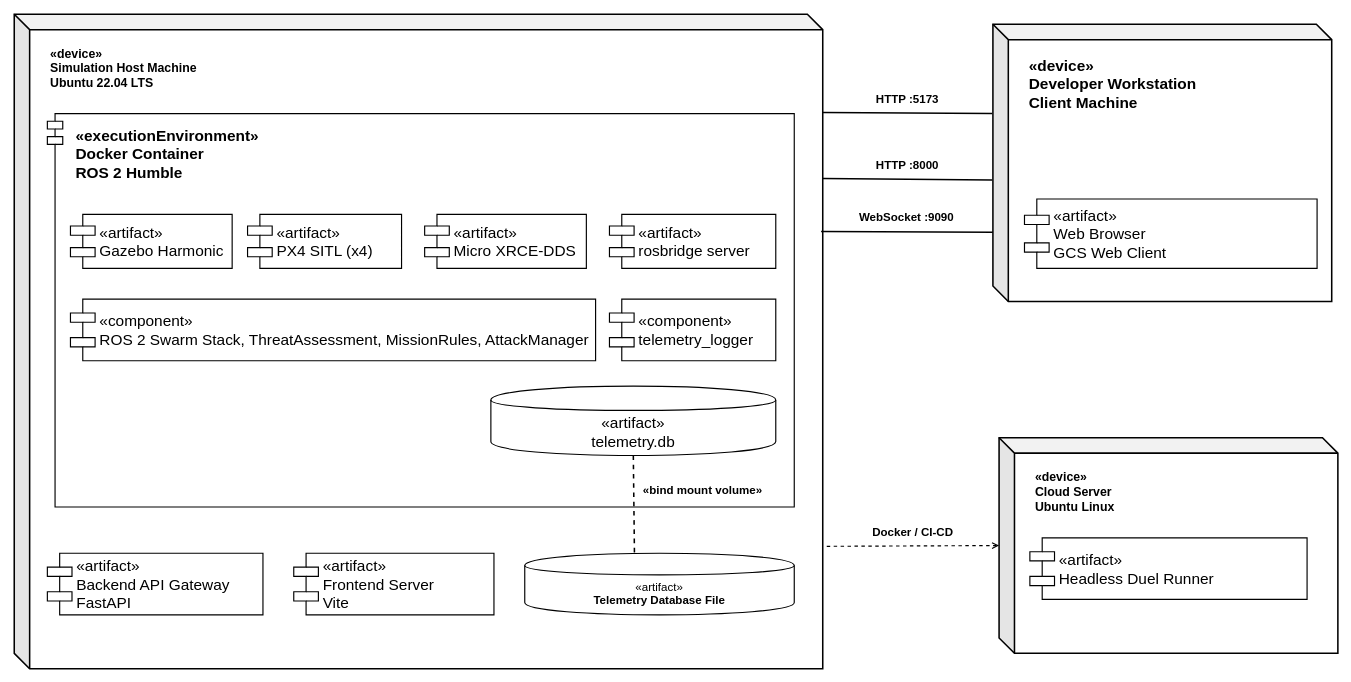
This is 04_deployment_diagram.drawio from syedmohammad611/diagrams, a draw.io file, before an edit. Source tidied: cells renumbered, new cells numbered last; positions are measured from the earlier drawing's top-left corner, leaving out a move shared by most shapes. Both pictures are drawn from the tidied source at 77%, with x=0, y=0 at pixel (14, 14).
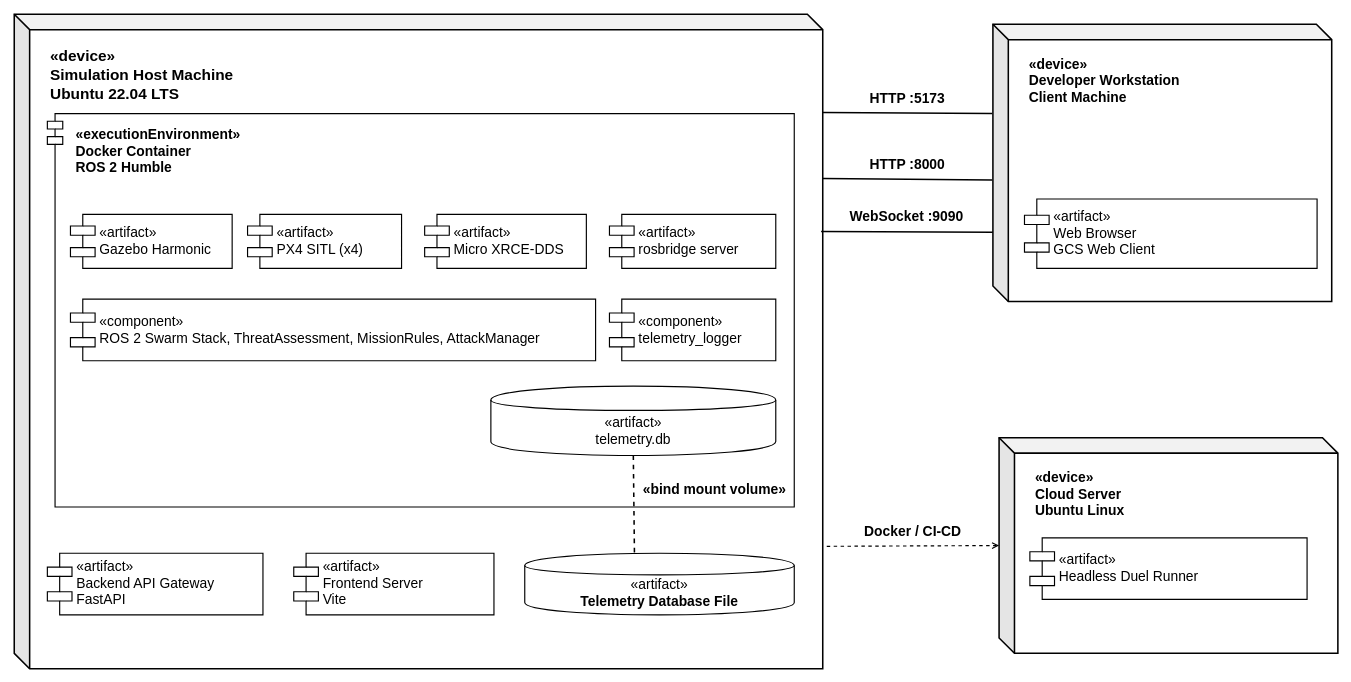
After the change.

Change to the diagram source:
```diff
@@
-    <mxCell id="2" value="«device»&lt;br&gt;&lt;b&gt;Simulation Host Machine&lt;/b&gt;&lt;br&gt;Ubuntu 22.04 LTS" style="shape=cube;whiteSpace=wrap;html=1;boundedLbl=1;backgroundOutline=1;darkOpacity=0.05;darkOpacity2=0.1;size=20;fillColor=none;strokeColor=#000000;strokeWidth=2;align=left;spacingLeft=25;verticalAlign=top;spacingTop=15;fontSize=16;fontFamily=Helvetica;fontColor=#000000;fontStyle=1;" parent="1" vertex="1">
+    <mxCell id="2" value="&lt;font style=&quot;font-size: 20px;&quot;&gt;«device»&lt;br&gt;&lt;b style=&quot;&quot;&gt;Simulation Host Machine&lt;/b&gt;&lt;br&gt;Ubuntu 22.04 LTS&lt;/font&gt;" style="shape=cube;whiteSpace=wrap;html=1;boundedLbl=1;backgroundOutline=1;darkOpacity=0.05;darkOpacity2=0.1;size=20;fillColor=none;strokeColor=#000000;strokeWidth=2;align=left;spacingLeft=25;verticalAlign=top;spacingTop=15;fontSize=18;fontFamily=Helvetica;fontColor=#000000;fontStyle=1;" parent="1" vertex="1">
       <mxGeometry width="1050" height="850" as="geometry" />
     </mxCell>
-    <mxCell id="3" value="&lt;font style=&quot;font-size: 20px;&quot;&gt;«executionEnvironment»&lt;br&gt;&lt;b&gt;Docker Container&lt;/b&gt;&lt;br&gt;ROS 2 Humble&lt;/font&gt;" style="shape=module;align=left;spacingLeft=35;html=1;whiteSpace=wrap;fillColor=none;strokeColor=#000000;strokeWidth=1.5;verticalAlign=top;spacingTop=10;fontSize=16;fontFamily=Helvetica;fontColor=#000000;fontStyle=1;" parent="1" vertex="1">
+    <mxCell id="3" value="&lt;font&gt;«executionEnvironment»&lt;br&gt;&lt;b&gt;Docker Container&lt;/b&gt;&lt;br&gt;ROS 2 Humble&lt;/font&gt;" style="shape=module;align=left;spacingLeft=35;html=1;whiteSpace=wrap;fillColor=none;strokeColor=#000000;strokeWidth=1.5;verticalAlign=top;spacingTop=10;fontSize=18;fontFamily=Helvetica;fontColor=#000000;fontStyle=1;" parent="1" vertex="1">
       <mxGeometry x="43" y="129" width="970" height="511" as="geometry" />
     </mxCell>
-    <mxCell id="4" value="&lt;font style=&quot;font-size: 20px;&quot;&gt;«artifact»&lt;br&gt;Gazebo Harmonic&lt;/font&gt;" style="shape=component;align=left;spacingLeft=36;html=1;fillColor=none;strokeColor=#000000;strokeWidth=1.5;fontSize=15;fontFamily=Helvetica;fontColor=#000000;" parent="1" vertex="1">
+    <mxCell id="4" value="&lt;font&gt;«artifact»&lt;br&gt;Gazebo Harmonic&lt;/font&gt;" style="shape=component;align=left;spacingLeft=36;html=1;fillColor=none;strokeColor=#000000;strokeWidth=1.5;fontSize=18;fontFamily=Helvetica;fontColor=#000000;" parent="1" vertex="1">
       <mxGeometry x="73" y="260" width="210" height="70" as="geometry" />
     </mxCell>
-    <mxCell id="5" value="&lt;font style=&quot;font-size: 20px;&quot;&gt;«artifact»&lt;br&gt;PX4 SITL (x4)&lt;/font&gt;" style="shape=component;align=left;spacingLeft=36;html=1;fillColor=none;strokeColor=#000000;strokeWidth=1.5;fontSize=15;fontFamily=Helvetica;fontColor=#000000;" parent="1" vertex="1">
+    <mxCell id="5" value="&lt;font&gt;«artifact»&lt;br&gt;PX4 SITL (x4)&lt;/font&gt;" style="shape=component;align=left;spacingLeft=36;html=1;fillColor=none;strokeColor=#000000;strokeWidth=1.5;fontSize=18;fontFamily=Helvetica;fontColor=#000000;" parent="1" vertex="1">
       <mxGeometry x="303" y="260" width="200" height="70" as="geometry" />
     </mxCell>
-    <mxCell id="6" value="&lt;font style=&quot;font-size: 20px;&quot;&gt;«artifact»&lt;br&gt;Micro XRCE-DDS&lt;/font&gt;" style="shape=component;align=left;spacingLeft=36;html=1;fillColor=none;strokeColor=#000000;strokeWidth=1.5;fontSize=15;fontFamily=Helvetica;fontColor=#000000;" parent="1" vertex="1">
+    <mxCell id="6" value="&lt;font&gt;«artifact»&lt;br&gt;Micro XRCE-DDS&lt;/font&gt;" style="shape=component;align=left;spacingLeft=36;html=1;fillColor=none;strokeColor=#000000;strokeWidth=1.5;fontSize=18;fontFamily=Helvetica;fontColor=#000000;" parent="1" vertex="1">
       <mxGeometry x="533" y="260" width="210" height="70" as="geometry" />
     </mxCell>
-    <mxCell id="7" value="&lt;font style=&quot;font-size: 20px;&quot;&gt;«artifact»&lt;br&gt;rosbridge server&lt;/font&gt;" style="shape=component;align=left;spacingLeft=36;html=1;fillColor=none;strokeColor=#000000;strokeWidth=1.5;fontSize=15;fontFamily=Helvetica;fontColor=#000000;" parent="1" vertex="1">
+    <mxCell id="7" value="&lt;font&gt;«artifact»&lt;br&gt;rosbridge server&lt;/font&gt;" style="shape=component;align=left;spacingLeft=36;html=1;fillColor=none;strokeColor=#000000;strokeWidth=1.5;fontSize=18;fontFamily=Helvetica;fontColor=#000000;" parent="1" vertex="1">
       <mxGeometry x="773" y="260" width="216" height="70" as="geometry" />
     </mxCell>
-    <mxCell id="8" value="&lt;font style=&quot;font-size: 20px;&quot;&gt;«component»&lt;br&gt;ROS 2 Swarm Stack, ThreatAssessment, MissionRules, AttackManager&lt;/font&gt;" style="shape=component;align=left;spacingLeft=36;html=1;fillColor=none;strokeColor=#000000;strokeWidth=1.5;fontSize=15;fontFamily=Helvetica;fontColor=#000000;" parent="1" vertex="1">
+    <mxCell id="8" value="&lt;font&gt;«component»&lt;br&gt;ROS 2 Swarm Stack, ThreatAssessment, MissionRules, AttackManager&lt;/font&gt;" style="shape=component;align=left;spacingLeft=36;html=1;fillColor=none;strokeColor=#000000;strokeWidth=1.5;fontSize=18;fontFamily=Helvetica;fontColor=#000000;" parent="1" vertex="1">
       <mxGeometry x="73" y="370" width="682" height="80" as="geometry" />
     </mxCell>
-    <mxCell id="9" value="&lt;font style=&quot;font-size: 20px;&quot;&gt;«component»&lt;br&gt;telemetry_logger&lt;/font&gt;" style="shape=component;align=left;spacingLeft=36;html=1;fillColor=none;strokeColor=#000000;strokeWidth=1.5;fontSize=15;fontFamily=Helvetica;fontColor=#000000;" parent="1" vertex="1">
+    <mxCell id="9" value="&lt;font&gt;«component»&lt;br&gt;telemetry_logger&lt;/font&gt;" style="shape=component;align=left;spacingLeft=36;html=1;fillColor=none;strokeColor=#000000;strokeWidth=1.5;fontSize=18;fontFamily=Helvetica;fontColor=#000000;" parent="1" vertex="1">
       <mxGeometry x="773" y="370" width="216" height="80" as="geometry" />
     </mxCell>
-    <mxCell id="10" value="&lt;font style=&quot;font-size: 20px;&quot;&gt;«artifact»&lt;br&gt;telemetry.db&lt;/font&gt;" style="shape=cylinder;whiteSpace=wrap;html=1;boundedLbl=1;backgroundOutline=1;fillColor=none;strokeColor=#000000;strokeWidth=1.5;fontSize=15;fontFamily=Helvetica;fontColor=#000000;" parent="1" vertex="1">
+    <mxCell id="10" value="&lt;font&gt;«artifact»&lt;br&gt;telemetry.db&lt;/font&gt;" style="shape=cylinder;whiteSpace=wrap;html=1;boundedLbl=1;backgroundOutline=1;fillColor=none;strokeColor=#000000;strokeWidth=1.5;fontSize=18;fontFamily=Helvetica;fontColor=#000000;" parent="1" vertex="1">
       <mxGeometry x="619" y="483" width="370" height="90" as="geometry" />
     </mxCell>
-    <mxCell id="11" value="&lt;font style=&quot;font-size: 20px;&quot;&gt;«artifact»&lt;br&gt;Backend API Gateway&lt;br&gt;FastAPI&lt;/font&gt;" style="shape=component;align=left;spacingLeft=36;html=1;fillColor=none;strokeColor=#000000;strokeWidth=1.5;fontSize=15;fontFamily=Helvetica;fontColor=#000000;" parent="1" vertex="1">
+    <mxCell id="11" value="&lt;font&gt;«artifact»&lt;br&gt;Backend API Gateway&lt;br&gt;FastAPI&lt;/font&gt;" style="shape=component;align=left;spacingLeft=36;html=1;fillColor=none;strokeColor=#000000;strokeWidth=1.5;fontSize=18;fontFamily=Helvetica;fontColor=#000000;" parent="1" vertex="1">
       <mxGeometry x="43" y="700" width="280" height="80" as="geometry" />
     </mxCell>
-    <mxCell id="12" value="&lt;font style=&quot;font-size: 20px;&quot;&gt;«artifact»&lt;br&gt;Frontend Server&lt;br&gt;Vite&lt;/font&gt;" style="shape=component;align=left;spacingLeft=36;html=1;fillColor=none;strokeColor=#000000;strokeWidth=1.5;fontSize=15;fontFamily=Helvetica;fontColor=#000000;" parent="1" vertex="1">
+    <mxCell id="12" value="&lt;font&gt;«artifact»&lt;br&gt;Frontend Server&lt;br&gt;Vite&lt;/font&gt;" style="shape=component;align=left;spacingLeft=36;html=1;fillColor=none;strokeColor=#000000;strokeWidth=1.5;fontSize=18;fontFamily=Helvetica;fontColor=#000000;" parent="1" vertex="1">
       <mxGeometry x="363" y="700" width="260" height="80" as="geometry" />
     </mxCell>
-    <mxCell id="13" value="«artifact»&lt;br&gt;&lt;b&gt;Telemetry Database File&lt;/b&gt;" style="shape=cylinder;whiteSpace=wrap;html=1;boundedLbl=1;backgroundOutline=1;fillColor=none;strokeColor=#000000;strokeWidth=1.5;fontSize=15;fontFamily=Helvetica;fontColor=#000000;" parent="1" vertex="1">
+    <mxCell id="13" value="«artifact»&lt;br&gt;&lt;b&gt;Telemetry Database File&lt;/b&gt;" style="shape=cylinder;whiteSpace=wrap;html=1;boundedLbl=1;backgroundOutline=1;fillColor=none;strokeColor=#000000;strokeWidth=1.5;fontSize=18;fontFamily=Helvetica;fontColor=#000000;" parent="1" vertex="1">
       <mxGeometry x="663" y="700" width="350" height="80" as="geometry" />
     </mxCell>
-    <mxCell id="14" value="«bind mount volume»" style="dashed=1;endArrow=none;strokeColor=#000000;strokeWidth=2;fontSize=15;fontFamily=Helvetica;fontColor=#000000;exitX=0.5;exitY=1;entryX=0.407;entryY=-0.002;labelBackgroundColor=none;align=left;labelPosition=right;spacingLeft=10;verticalAlign=bottom;fontStyle=1;spacingBottom=8;spacingRight=10;entryDx=0;entryDy=0;entryPerimeter=0;" parent="1" edge="1" source="10" target="13">
+    <mxCell id="14" value="«bind mount volume»" style="dashed=1;endArrow=none;strokeColor=#000000;strokeWidth=2;fontSize=18;fontFamily=Helvetica;fontColor=#000000;exitX=0.5;exitY=1;entryX=0.407;entryY=-0.002;labelBackgroundColor=none;align=left;labelPosition=right;spacingLeft=10;verticalAlign=bottom;fontStyle=1;spacingBottom=8;spacingRight=10;entryDx=0;entryDy=0;entryPerimeter=0;" parent="1" edge="1" source="10" target="13">
       <mxGeometry relative="1" as="geometry" />
     </mxCell>
-    <mxCell id="15" value="&lt;font style=&quot;font-size: 20px;&quot;&gt;«device»&lt;br&gt;&lt;b style=&quot;&quot;&gt;Developer Workstation&lt;/b&gt;&lt;br&gt;Client Machine&lt;/font&gt;" style="shape=cube;whiteSpace=wrap;html=1;boundedLbl=1;backgroundOutline=1;darkOpacity=0.05;darkOpacity2=0.1;size=20;fillColor=none;strokeColor=#000000;strokeWidth=2;align=left;spacingLeft=25;verticalAlign=top;spacingTop=15;fontSize=16;fontFamily=Helvetica;fontColor=#000000;fontStyle=1;" parent="1" vertex="1">
+    <mxCell id="15" value="&lt;font&gt;«device»&lt;br&gt;&lt;b&gt;Developer Workstation&lt;/b&gt;&lt;br&gt;Client Machine&lt;/font&gt;" style="shape=cube;whiteSpace=wrap;html=1;boundedLbl=1;backgroundOutline=1;darkOpacity=0.05;darkOpacity2=0.1;size=20;fillColor=none;strokeColor=#000000;strokeWidth=2;align=left;spacingLeft=25;verticalAlign=top;spacingTop=15;fontSize=18;fontFamily=Helvetica;fontColor=#000000;fontStyle=1;" parent="1" vertex="1">
       <mxGeometry x="1271" y="13" width="440" height="360" as="geometry" />
     </mxCell>
-    <mxCell id="16" value="&lt;font style=&quot;font-size: 20px;&quot;&gt;«artifact»&lt;br&gt;Web Browser&lt;br&gt;GCS Web Client&lt;/font&gt;" style="shape=component;align=left;spacingLeft=36;html=1;fillColor=none;strokeColor=#000000;strokeWidth=1.5;fontSize=15;fontFamily=Helvetica;fontColor=#000000;" parent="1" vertex="1">
+    <mxCell id="16" value="&lt;font&gt;«artifact»&lt;br&gt;Web Browser&lt;br&gt;GCS Web Client&lt;/font&gt;" style="shape=component;align=left;spacingLeft=36;html=1;fillColor=none;strokeColor=#000000;strokeWidth=1.5;fontSize=18;fontFamily=Helvetica;fontColor=#000000;" parent="1" vertex="1">
       <mxGeometry x="1312" y="240" width="380" height="90" as="geometry" />
     </mxCell>
-    <mxCell id="17" value="HTTP :5173" style="endArrow=none;strokeColor=#000000;strokeWidth=2;fontSize=15;fontFamily=Helvetica;fontColor=#000000;exitX=-0.002;exitY=0.322;entryX=1;entryY=0.15;labelBackgroundColor=none;verticalAlign=bottom;spacingBottom=8;spacingLeft=10;spacingRight=10;fontStyle=1;exitDx=0;exitDy=0;exitPerimeter=0;" parent="1" edge="1" source="15" target="2">
+    <mxCell id="17" value="HTTP :5173" style="endArrow=none;strokeColor=#000000;strokeWidth=2;fontSize=18;fontFamily=Helvetica;fontColor=#000000;exitX=-0.002;exitY=0.322;entryX=1;entryY=0.15;labelBackgroundColor=none;verticalAlign=bottom;spacingBottom=8;spacingLeft=10;spacingRight=10;fontStyle=1;exitDx=0;exitDy=0;exitPerimeter=0;" parent="1" edge="1" source="15" target="2">
       <mxGeometry relative="1" as="geometry" />
     </mxCell>
-    <mxCell id="18" value="HTTP :8000" style="endArrow=none;strokeColor=#000000;strokeWidth=2;fontSize=15;fontFamily=Helvetica;fontColor=#000000;exitX=-0.002;exitY=0.562;entryX=1;entryY=0.251;labelBackgroundColor=none;verticalAlign=bottom;spacingBottom=8;spacingLeft=10;spacingRight=10;fontStyle=1;exitDx=0;exitDy=0;exitPerimeter=0;entryDx=0;entryDy=0;entryPerimeter=0;" parent="1" edge="1" source="15" target="2">
+    <mxCell id="18" value="HTTP :8000" style="endArrow=none;strokeColor=#000000;strokeWidth=2;fontSize=18;fontFamily=Helvetica;fontColor=#000000;exitX=-0.002;exitY=0.562;entryX=1;entryY=0.251;labelBackgroundColor=none;verticalAlign=bottom;spacingBottom=8;spacingLeft=10;spacingRight=10;fontStyle=1;exitDx=0;exitDy=0;exitPerimeter=0;entryDx=0;entryDy=0;entryPerimeter=0;" parent="1" edge="1" source="15" target="2">
       <mxGeometry relative="1" as="geometry" />
     </mxCell>
-    <mxCell id="19" value="WebSocket :9090" style="endArrow=none;strokeColor=#000000;strokeWidth=2;fontSize=15;fontFamily=Helvetica;fontColor=#000000;exitX=0;exitY=0.75;entryX=0.998;entryY=0.332;labelBackgroundColor=none;verticalAlign=bottom;spacingBottom=8;spacingLeft=10;spacingRight=10;fontStyle=1;entryDx=0;entryDy=0;entryPerimeter=0;" parent="1" edge="1" source="15" target="2">
+    <mxCell id="19" value="WebSocket :9090" style="endArrow=none;strokeColor=#000000;strokeWidth=2;fontSize=18;fontFamily=Helvetica;fontColor=#000000;exitX=0;exitY=0.75;entryX=0.998;entryY=0.332;labelBackgroundColor=none;verticalAlign=bottom;spacingBottom=8;spacingLeft=10;spacingRight=10;fontStyle=1;entryDx=0;entryDy=0;entryPerimeter=0;" parent="1" edge="1" source="15" target="2">
       <mxGeometry relative="1" as="geometry" />
     </mxCell>
-    <mxCell id="20" value="«device»&lt;br&gt;&lt;b&gt;Cloud Server&lt;/b&gt;&lt;br&gt;Ubuntu Linux" style="shape=cube;whiteSpace=wrap;html=1;boundedLbl=1;backgroundOutline=1;darkOpacity=0.05;darkOpacity2=0.1;size=20;fillColor=none;strokeColor=#000000;strokeWidth=2;align=left;spacingLeft=25;verticalAlign=top;spacingTop=15;fontSize=16;fontFamily=Helvetica;fontColor=#000000;fontStyle=1;" parent="1" vertex="1">
+    <mxCell id="20" value="«device»&lt;br&gt;&lt;b&gt;Cloud Server&lt;/b&gt;&lt;br&gt;Ubuntu Linux" style="shape=cube;whiteSpace=wrap;html=1;boundedLbl=1;backgroundOutline=1;darkOpacity=0.05;darkOpacity2=0.1;size=20;fillColor=none;strokeColor=#000000;strokeWidth=2;align=left;spacingLeft=25;verticalAlign=top;spacingTop=15;fontSize=18;fontFamily=Helvetica;fontColor=#000000;fontStyle=1;" parent="1" vertex="1">
       <mxGeometry x="1279" y="550" width="440" height="280" as="geometry" />
     </mxCell>
-    <mxCell id="21" value="&lt;font style=&quot;font-size: 20px;&quot;&gt;«artifact»&lt;br&gt;Headless Duel Runner&lt;/font&gt;" style="shape=component;align=left;spacingLeft=36;html=1;fillColor=none;strokeColor=#000000;strokeWidth=1.5;fontSize=15;fontFamily=Helvetica;fontColor=#000000;" parent="1" vertex="1">
+    <mxCell id="21" value="&lt;font&gt;«artifact»&lt;br&gt;Headless Duel Runner&lt;/font&gt;" style="shape=component;align=left;spacingLeft=36;html=1;fillColor=none;strokeColor=#000000;strokeWidth=1.5;fontSize=18;fontFamily=Helvetica;fontColor=#000000;" parent="1" vertex="1">
       <mxGeometry x="1319" y="680" width="360" height="80" as="geometry" />
     </mxCell>
-    <mxCell id="22" value="Docker / CI-CD" style="dashed=1;endArrow=open;strokeColor=#000000;strokeWidth=1.5;fontSize=15;fontFamily=Helvetica;fontColor=#000000;exitX=1.005;exitY=0.813;entryX=0;entryY=0.5;labelBackgroundColor=none;verticalAlign=bottom;spacingBottom=8;spacingLeft=10;spacingRight=10;fontStyle=1;exitDx=0;exitDy=0;exitPerimeter=0;" parent="1" edge="1">
+    <mxCell id="22" value="Docker / CI-CD" style="dashed=1;endArrow=open;strokeColor=#000000;strokeWidth=1.5;fontSize=18;fontFamily=Helvetica;fontColor=#000000;exitX=1.005;exitY=0.813;entryX=0;entryY=0.5;labelBackgroundColor=none;verticalAlign=bottom;spacingBottom=8;spacingLeft=10;spacingRight=10;fontStyle=1;exitDx=0;exitDy=0;exitPerimeter=0;" parent="1" edge="1">
       <mxGeometry relative="1" as="geometry">
         <mxPoint x="1055.2" y="691" as="sourcePoint" />
         <mxPoint x="1279" y="690" as="targetPoint" />
       </mxGeometry>
     </mxCell>
```
